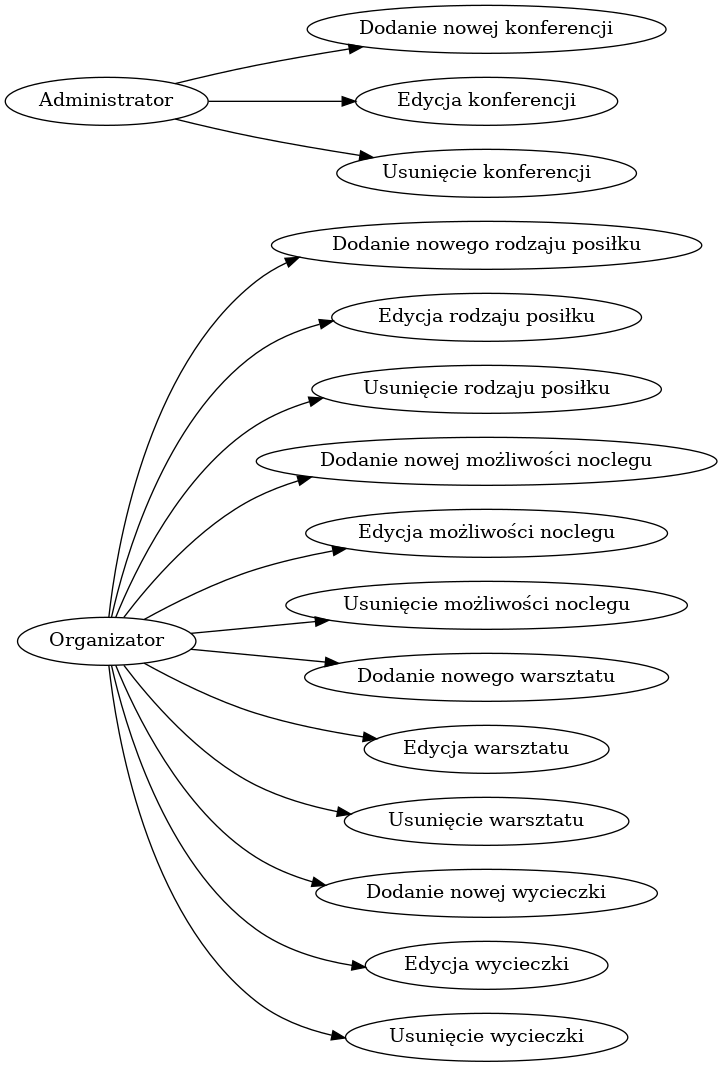
Above: przypadki.png in zyla/iop_konferencja (Graphviz), before the change. Its source is kept beside it as przypadki.dot.
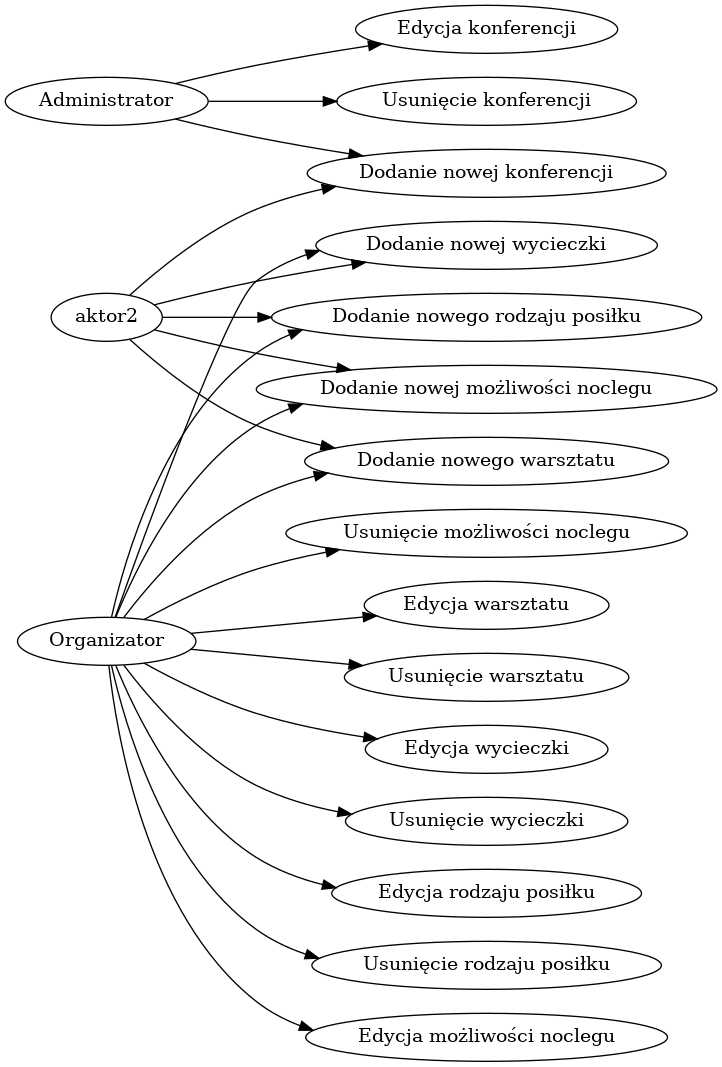
After the change.

The edit, as a diff of the source:
```diff
@@ -1,16 +1,21 @@
 digraph { rankdir=LR; "Organizator" -> "Dodanie nowego rodzaju posiłku"
+"aktor2" -> "Dodanie nowego rodzaju posiłku"
 "Organizator" -> "Edycja rodzaju posiłku"
 "Organizator" -> "Usunięcie rodzaju posiłku"
 "Organizator" -> "Dodanie nowej możliwości noclegu"
+"aktor2" -> "Dodanie nowej możliwości noclegu"
 "Organizator" -> "Edycja możliwości noclegu"
 "Organizator" -> "Usunięcie możliwości noclegu"
 "Organizator" -> "Dodanie nowego warsztatu"
+"aktor2" -> "Dodanie nowego warsztatu"
 "Organizator" -> "Edycja warsztatu"
 "Organizator" -> "Usunięcie warsztatu"
 "Organizator" -> "Dodanie nowej wycieczki"
+"aktor2" -> "Dodanie nowej wycieczki"
 "Organizator" -> "Edycja wycieczki"
 "Organizator" -> "Usunięcie wycieczki"
 "Administrator" -> "Dodanie nowej konferencji"
+"aktor2" -> "Dodanie nowej konferencji"
 "Administrator" -> "Edycja konferencji"
 "Administrator" -> "Usunięcie konferencji"
  }
```
